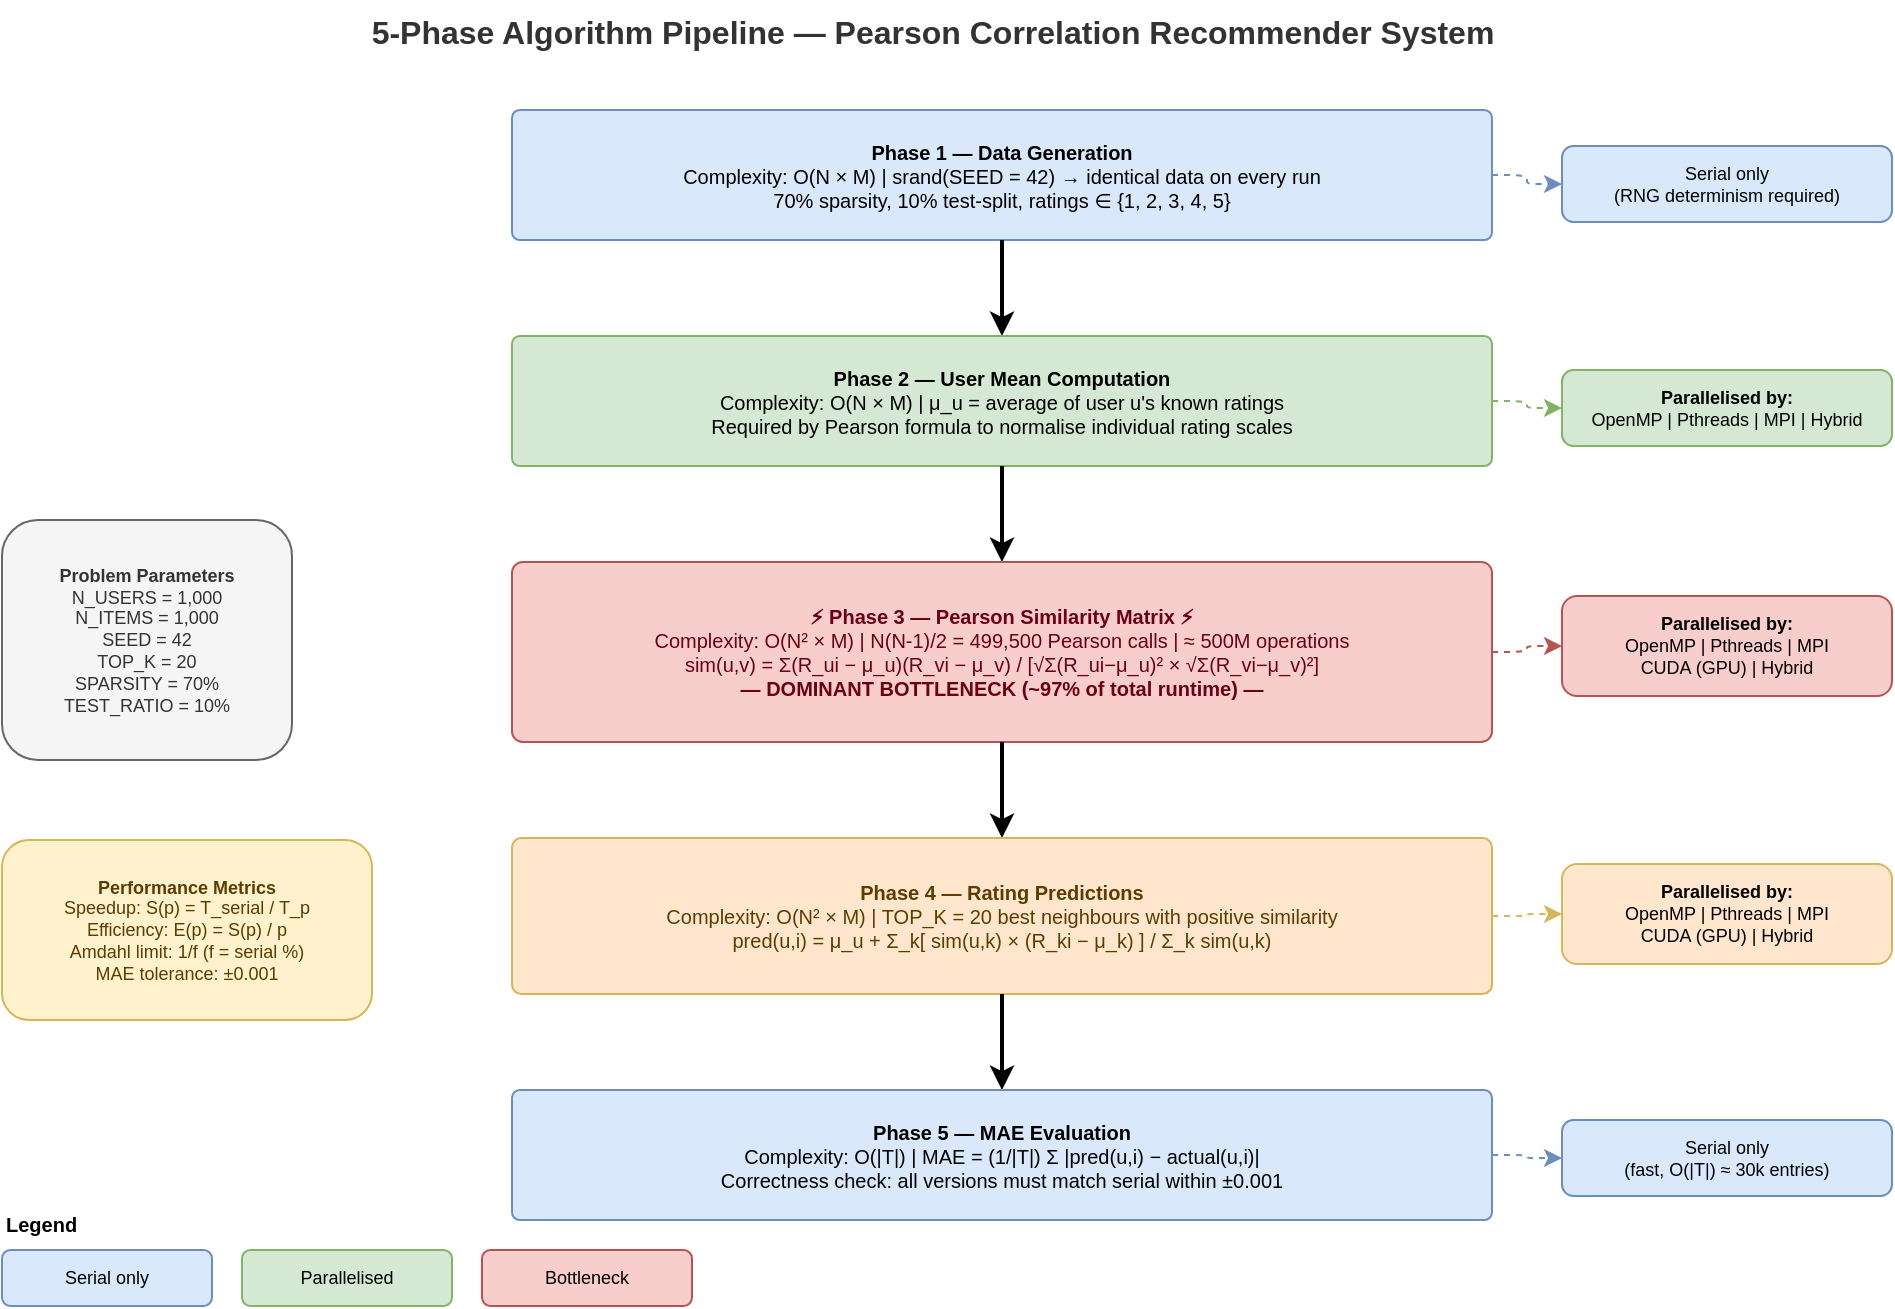
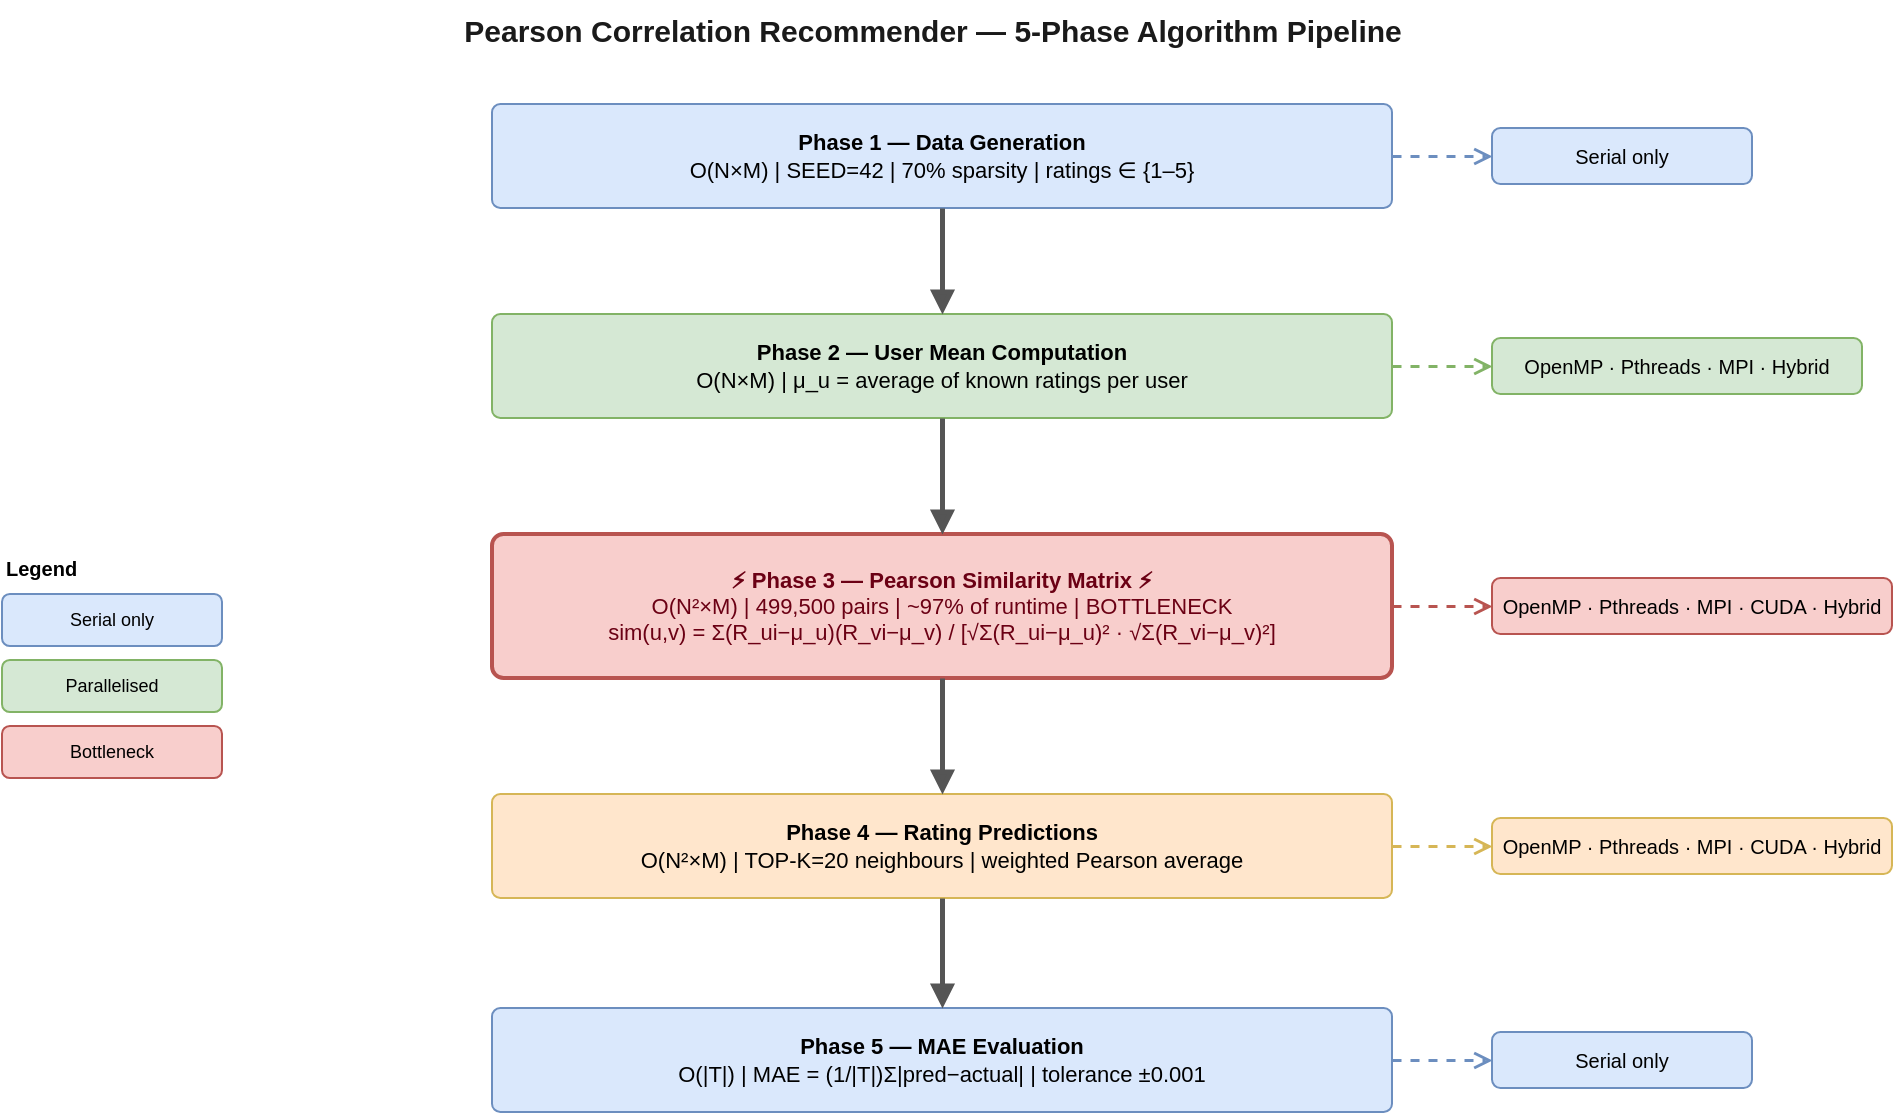
- <mxfile host="app.diagrams.net" modified="2025-05-16T00:00:00.000Z" version="21.1.2">
-   <diagram id="page1" name="1 - Algorithm Pipeline">
-     <mxGraphModel dx="1422" dy="762" grid="1" gridSize="10" guides="1" tooltips="1" connect="1" arrows="1" fold="1" page="1" pageScale="1" pageWidth="1169" pageHeight="827" math="0" shadow="0">
+ <mxfile host="app.diagrams.net" version="21.1.2">
+   <diagram id="page1" name="Algorithm Pipeline">
+     <mxGraphModel dx="1200" dy="700" grid="0" pageWidth="1100" pageHeight="780" math="0" shadow="0">
      <root>
-         <mxCell id="0" />
-         <mxCell id="1" parent="0" />
-         <mxCell id="2" value="5-Phase Algorithm Pipeline — Pearson Correlation Recommender System" style="text;html=1;strokeColor=none;fillColor=none;align=center;fontStyle=1;fontSize=16;fontColor=#333333;" vertex="1" parent="1">
-           <mxGeometry x="170" y="20" width="700" height="40" as="geometry" />
+         <mxCell id="0" /><mxCell id="1" parent="0" />
+ 
+         <!-- Title -->
+         <mxCell id="ttl" value="Pearson Correlation Recommender — 5-Phase Algorithm Pipeline" style="text;html=1;align=center;fontStyle=1;fontSize=15;fontColor=#1a1a1a;" vertex="1" parent="1">
+           <mxGeometry x="120" y="18" width="800" height="32" as="geometry" />
        </mxCell>
-         <mxCell id="3" value="&lt;b&gt;Phase 1 — Data Generation&lt;/b&gt;&lt;br&gt;Complexity: O(N × M)  |  srand(SEED = 42) → identical data on every run&lt;br&gt;70% sparsity, 10% test-split, ratings ∈ {1, 2, 3, 4, 5}" style="rounded=1;whiteSpace=wrap;html=1;fillColor=#dae8fc;strokeColor=#6c8ebf;fontSize=10;arcSize=6;" vertex="1" parent="1">
-           <mxGeometry x="310" y="75" width="490" height="65" as="geometry" />
+ 
+         <!-- Phases -->
+         <mxCell id="p1" value="&lt;b&gt;Phase 1 — Data Generation&lt;/b&gt;&lt;br&gt;O(N×M) | SEED=42 | 70% sparsity | ratings ∈ {1–5}" style="rounded=1;whiteSpace=wrap;html=1;fillColor=#dae8fc;strokeColor=#6c8ebf;fontSize=11;arcSize=8;" vertex="1" parent="1">
+           <mxGeometry x="300" y="70" width="450" height="52" as="geometry" />
        </mxCell>
-         <mxCell id="4" value="" style="edgeStyle=orthogonalEdgeStyle;rounded=0;strokeWidth=2;exitX=0.5;exitY=1;exitDx=0;exitDy=0;entryX=0.5;entryY=0;entryDx=0;entryDy=0;" edge="1" source="3" target="5" parent="1">
+         <mxCell id="p2" value="&lt;b&gt;Phase 2 — User Mean Computation&lt;/b&gt;&lt;br&gt;O(N×M) | μ_u = average of known ratings per user" style="rounded=1;whiteSpace=wrap;html=1;fillColor=#d5e8d4;strokeColor=#82b366;fontSize=11;arcSize=8;" vertex="1" parent="1">
+           <mxGeometry x="300" y="175" width="450" height="52" as="geometry" />
+         </mxCell>
+         <mxCell id="p3" value="&lt;b&gt;⚡ Phase 3 — Pearson Similarity Matrix ⚡&lt;/b&gt;&lt;br&gt;O(N²×M) | 499,500 pairs | ~97% of runtime | BOTTLENECK&lt;br&gt;sim(u,v) = Σ(R_ui−μ_u)(R_vi−μ_v) / [√Σ(R_ui−μ_u)² · √Σ(R_vi−μ_v)²]" style="rounded=1;whiteSpace=wrap;html=1;fillColor=#f8cecc;strokeColor=#b85450;strokeWidth=2;fontSize=11;arcSize=8;fontColor=#6b0014;" vertex="1" parent="1">
+           <mxGeometry x="300" y="285" width="450" height="72" as="geometry" />
+         </mxCell>
+         <mxCell id="p4" value="&lt;b&gt;Phase 4 — Rating Predictions&lt;/b&gt;&lt;br&gt;O(N²×M) | TOP-K=20 neighbours | weighted Pearson average" style="rounded=1;whiteSpace=wrap;html=1;fillColor=#ffe6cc;strokeColor=#d6b656;fontSize=11;arcSize=8;" vertex="1" parent="1">
+           <mxGeometry x="300" y="415" width="450" height="52" as="geometry" />
+         </mxCell>
+         <mxCell id="p5" value="&lt;b&gt;Phase 5 — MAE Evaluation&lt;/b&gt;&lt;br&gt;O(|T|) | MAE = (1/|T|)Σ|pred−actual| | tolerance ±0.001" style="rounded=1;whiteSpace=wrap;html=1;fillColor=#dae8fc;strokeColor=#6c8ebf;fontSize=11;arcSize=8;" vertex="1" parent="1">
+           <mxGeometry x="300" y="522" width="450" height="52" as="geometry" />
+         </mxCell>
+ 
+         <!-- Sequential flow arrows -->
+         <mxCell id="a12" value="" style="edgeStyle=orthogonalEdgeStyle;strokeWidth=2.5;endArrow=block;endFill=1;strokeColor=#555555;" edge="1" source="p1" target="p2" parent="1">
          <mxGeometry relative="1" as="geometry" />
        </mxCell>
-         <mxCell id="5" value="&lt;b&gt;Phase 2 — User Mean Computation&lt;/b&gt;&lt;br&gt;Complexity: O(N × M)  |  μ_u = average of user u's known ratings&lt;br&gt;Required by Pearson formula to normalise individual rating scales" style="rounded=1;whiteSpace=wrap;html=1;fillColor=#d5e8d4;strokeColor=#82b366;fontSize=10;arcSize=6;" vertex="1" parent="1">
-           <mxGeometry x="310" y="188" width="490" height="65" as="geometry" />
-         </mxCell>
-         <mxCell id="6" value="" style="edgeStyle=orthogonalEdgeStyle;rounded=0;strokeWidth=2;" edge="1" source="5" target="7" parent="1">
+         <mxCell id="a23" value="" style="edgeStyle=orthogonalEdgeStyle;strokeWidth=2.5;endArrow=block;endFill=1;strokeColor=#555555;" edge="1" source="p2" target="p3" parent="1">
          <mxGeometry relative="1" as="geometry" />
        </mxCell>
-         <mxCell id="7" value="&lt;b&gt;⚡  Phase 3 — Pearson Similarity Matrix  ⚡&lt;/b&gt;&lt;br&gt;Complexity: O(N² × M)  |  N(N-1)/2 = 499,500 Pearson calls  |  ≈ 500M operations&lt;br&gt;sim(u,v) = Σ(R_ui − μ_u)(R_vi − μ_v) / [√Σ(R_ui−μ_u)² × √Σ(R_vi−μ_v)²]&lt;br&gt;&lt;b&gt;— DOMINANT BOTTLENECK (~97% of total runtime) —&lt;/b&gt;" style="rounded=1;whiteSpace=wrap;html=1;fillColor=#f8cecc;strokeColor=#b85450;fontSize=10;arcSize=6;fontColor=#6b0014;" vertex="1" parent="1">
-           <mxGeometry x="310" y="301" width="490" height="90" as="geometry" />
-         </mxCell>
-         <mxCell id="8" value="" style="edgeStyle=orthogonalEdgeStyle;rounded=0;strokeWidth=2;" edge="1" source="7" target="9" parent="1">
+         <mxCell id="a34" value="" style="edgeStyle=orthogonalEdgeStyle;strokeWidth=2.5;endArrow=block;endFill=1;strokeColor=#555555;" edge="1" source="p3" target="p4" parent="1">
          <mxGeometry relative="1" as="geometry" />
        </mxCell>
-         <mxCell id="9" value="&lt;b&gt;Phase 4 — Rating Predictions&lt;/b&gt;&lt;br&gt;Complexity: O(N² × M)  |  TOP_K = 20 best neighbours with positive similarity&lt;br&gt;pred(u,i) = μ_u + Σ_k[ sim(u,k) × (R_ki − μ_k) ] / Σ_k sim(u,k)" style="rounded=1;whiteSpace=wrap;html=1;fillColor=#ffe6cc;strokeColor=#d6b656;fontSize=10;arcSize=6;fontColor=#5c3d00;" vertex="1" parent="1">
-           <mxGeometry x="310" y="439" width="490" height="78" as="geometry" />
-         </mxCell>
-         <mxCell id="10" value="" style="edgeStyle=orthogonalEdgeStyle;rounded=0;strokeWidth=2;" edge="1" source="9" target="11" parent="1">
+         <mxCell id="a45" value="" style="edgeStyle=orthogonalEdgeStyle;strokeWidth=2.5;endArrow=block;endFill=1;strokeColor=#555555;" edge="1" source="p4" target="p5" parent="1">
          <mxGeometry relative="1" as="geometry" />
        </mxCell>
-         <mxCell id="11" value="&lt;b&gt;Phase 5 — MAE Evaluation&lt;/b&gt;&lt;br&gt;Complexity: O(|T|)  |  MAE = (1/|T|) Σ |pred(u,i) − actual(u,i)|&lt;br&gt;Correctness check: all versions must match serial within ±0.001" style="rounded=1;whiteSpace=wrap;html=1;fillColor=#dae8fc;strokeColor=#6c8ebf;fontSize=10;arcSize=6;" vertex="1" parent="1">
-           <mxGeometry x="310" y="565" width="490" height="65" as="geometry" />
+ 
+         <!-- Right badges -->
+         <mxCell id="b1" value="Serial only" style="rounded=1;whiteSpace=wrap;html=1;fillColor=#dae8fc;strokeColor=#6c8ebf;fontSize=10;" vertex="1" parent="1">
+           <mxGeometry x="800" y="82" width="130" height="28" as="geometry" />
        </mxCell>
-         <mxCell id="20" value="Serial only&lt;br&gt;(RNG determinism required)" style="rounded=1;whiteSpace=wrap;html=1;fillColor=#dae8fc;strokeColor=#6c8ebf;fontSize=9;" vertex="1" parent="1">
-           <mxGeometry x="835" y="93" width="165" height="38" as="geometry" />
+         <mxCell id="b2" value="OpenMP · Pthreads · MPI · Hybrid" style="rounded=1;whiteSpace=wrap;html=1;fillColor=#d5e8d4;strokeColor=#82b366;fontSize=10;" vertex="1" parent="1">
+           <mxGeometry x="800" y="187" width="185" height="28" as="geometry" />
        </mxCell>
-         <mxCell id="20e" value="" style="edgeStyle=elbowEdgeStyle;elbow=orthogonal;exitX=1;exitY=0.5;exitDx=0;exitDy=0;entryX=0;entryY=0.5;entryDx=0;entryDy=0;dashed=1;strokeColor=#6c8ebf;" edge="1" source="3" target="20" parent="1">
+         <mxCell id="b3" value="OpenMP · Pthreads · MPI · CUDA · Hybrid" style="rounded=1;whiteSpace=wrap;html=1;fillColor=#f8cecc;strokeColor=#b85450;fontSize=10;" vertex="1" parent="1">
+           <mxGeometry x="800" y="307" width="200" height="28" as="geometry" />
+         </mxCell>
+         <mxCell id="b4" value="OpenMP · Pthreads · MPI · CUDA · Hybrid" style="rounded=1;whiteSpace=wrap;html=1;fillColor=#ffe6cc;strokeColor=#d6b656;fontSize=10;" vertex="1" parent="1">
+           <mxGeometry x="800" y="427" width="200" height="28" as="geometry" />
+         </mxCell>
+         <mxCell id="b5" value="Serial only" style="rounded=1;whiteSpace=wrap;html=1;fillColor=#dae8fc;strokeColor=#6c8ebf;fontSize=10;" vertex="1" parent="1">
+           <mxGeometry x="800" y="534" width="130" height="28" as="geometry" />
+         </mxCell>
+ 
+         <!-- Dashed side arrows -->
+         <mxCell id="e1" value="" style="dashed=1;endArrow=open;endFill=0;strokeColor=#6c8ebf;strokeWidth=1.5;" edge="1" source="p1" target="b1" parent="1">
          <mxGeometry relative="1" as="geometry" />
        </mxCell>
-         <mxCell id="21" value="&lt;b&gt;Parallelised by:&lt;/b&gt;&lt;br&gt;OpenMP | Pthreads | MPI | Hybrid" style="rounded=1;whiteSpace=wrap;html=1;fillColor=#d5e8d4;strokeColor=#82b366;fontSize=9;" vertex="1" parent="1">
-           <mxGeometry x="835" y="205" width="165" height="38" as="geometry" />
-         </mxCell>
-         <mxCell id="21e" value="" style="edgeStyle=elbowEdgeStyle;elbow=orthogonal;exitX=1;exitY=0.5;exitDx=0;exitDy=0;entryX=0;entryY=0.5;entryDx=0;entryDy=0;dashed=1;strokeColor=#82b366;" edge="1" source="5" target="21" parent="1">
+         <mxCell id="e2" value="" style="dashed=1;endArrow=open;endFill=0;strokeColor=#82b366;strokeWidth=1.5;" edge="1" source="p2" target="b2" parent="1">
          <mxGeometry relative="1" as="geometry" />
        </mxCell>
-         <mxCell id="22" value="&lt;b&gt;Parallelised by:&lt;/b&gt;&lt;br&gt;OpenMP | Pthreads | MPI&lt;br&gt;CUDA (GPU) | Hybrid" style="rounded=1;whiteSpace=wrap;html=1;fillColor=#f8cecc;strokeColor=#b85450;fontSize=9;" vertex="1" parent="1">
-           <mxGeometry x="835" y="318" width="165" height="50" as="geometry" />
-         </mxCell>
-         <mxCell id="22e" value="" style="edgeStyle=elbowEdgeStyle;elbow=orthogonal;exitX=1;exitY=0.5;exitDx=0;exitDy=0;entryX=0;entryY=0.5;entryDx=0;entryDy=0;dashed=1;strokeColor=#b85450;" edge="1" source="7" target="22" parent="1">
+         <mxCell id="e3" value="" style="dashed=1;endArrow=open;endFill=0;strokeColor=#b85450;strokeWidth=1.5;" edge="1" source="p3" target="b3" parent="1">
          <mxGeometry relative="1" as="geometry" />
        </mxCell>
-         <mxCell id="23" value="&lt;b&gt;Parallelised by:&lt;/b&gt;&lt;br&gt;OpenMP | Pthreads | MPI&lt;br&gt;CUDA (GPU) | Hybrid" style="rounded=1;whiteSpace=wrap;html=1;fillColor=#ffe6cc;strokeColor=#d6b656;fontSize=9;" vertex="1" parent="1">
-           <mxGeometry x="835" y="452" width="165" height="50" as="geometry" />
-         </mxCell>
-         <mxCell id="23e" value="" style="edgeStyle=elbowEdgeStyle;elbow=orthogonal;exitX=1;exitY=0.5;exitDx=0;exitDy=0;entryX=0;entryY=0.5;entryDx=0;entryDy=0;dashed=1;strokeColor=#d6b656;" edge="1" source="9" target="23" parent="1">
+         <mxCell id="e4" value="" style="dashed=1;endArrow=open;endFill=0;strokeColor=#d6b656;strokeWidth=1.5;" edge="1" source="p4" target="b4" parent="1">
          <mxGeometry relative="1" as="geometry" />
        </mxCell>
-         <mxCell id="24" value="Serial only&lt;br&gt;(fast, O(|T|) ≈ 30k entries)" style="rounded=1;whiteSpace=wrap;html=1;fillColor=#dae8fc;strokeColor=#6c8ebf;fontSize=9;" vertex="1" parent="1">
-           <mxGeometry x="835" y="580" width="165" height="38" as="geometry" />
-         </mxCell>
-         <mxCell id="24e" value="" style="edgeStyle=elbowEdgeStyle;elbow=orthogonal;exitX=1;exitY=0.5;exitDx=0;exitDy=0;entryX=0;entryY=0.5;entryDx=0;entryDy=0;dashed=1;strokeColor=#6c8ebf;" edge="1" source="11" target="24" parent="1">
+         <mxCell id="e5" value="" style="dashed=1;endArrow=open;endFill=0;strokeColor=#6c8ebf;strokeWidth=1.5;" edge="1" source="p5" target="b5" parent="1">
          <mxGeometry relative="1" as="geometry" />
        </mxCell>
-         <mxCell id="30" value="&lt;b&gt;Problem Parameters&lt;/b&gt;&lt;br&gt;N_USERS = 1,000&lt;br&gt;N_ITEMS = 1,000&lt;br&gt;SEED    = 42&lt;br&gt;TOP_K   = 20&lt;br&gt;SPARSITY = 70%&lt;br&gt;TEST_RATIO = 10%" style="rounded=1;whiteSpace=wrap;html=1;fillColor=#f5f5f5;strokeColor=#666666;fontSize=9;fontColor=#333333;" vertex="1" parent="1">
-           <mxGeometry x="55" y="280" width="145" height="120" as="geometry" />
+ 
+         <!-- Legend -->
+         <mxCell id="lt" value="Legend" style="text;html=1;fontStyle=1;fontSize=10;" vertex="1" parent="1">
+           <mxGeometry x="55" y="290" width="60" height="20" as="geometry" />
        </mxCell>
-         <mxCell id="31" value="&lt;b&gt;Performance Metrics&lt;/b&gt;&lt;br&gt;Speedup:  S(p) = T_serial / T_p&lt;br&gt;Efficiency: E(p) = S(p) / p&lt;br&gt;Amdahl limit: 1/f (f = serial %)&lt;br&gt;MAE tolerance: ±0.001" style="rounded=1;whiteSpace=wrap;html=1;fillColor=#fff2cc;strokeColor=#d6b656;fontSize=9;fontColor=#5c3d00;" vertex="1" parent="1">
-           <mxGeometry x="55" y="440" width="185" height="90" as="geometry" />
+         <mxCell id="L1" value="Serial only" style="rounded=1;whiteSpace=wrap;html=1;fillColor=#dae8fc;strokeColor=#6c8ebf;fontSize=9;" vertex="1" parent="1">
+           <mxGeometry x="55" y="315" width="110" height="26" as="geometry" />
        </mxCell>
-         <mxCell id="40" value="&lt;b&gt;Legend&lt;/b&gt;" style="text;html=1;fontStyle=1;fontSize=10;" vertex="1" parent="1">
-           <mxGeometry x="55" y="620" width="60" height="20" as="geometry" />
+         <mxCell id="L2" value="Parallelised" style="rounded=1;whiteSpace=wrap;html=1;fillColor=#d5e8d4;strokeColor=#82b366;fontSize=9;" vertex="1" parent="1">
+           <mxGeometry x="55" y="348" width="110" height="26" as="geometry" />
        </mxCell>
-         <mxCell id="41" value="Serial only" style="rounded=1;whiteSpace=wrap;html=1;fillColor=#dae8fc;strokeColor=#6c8ebf;fontSize=9;" vertex="1" parent="1">
-           <mxGeometry x="55" y="645" width="105" height="28" as="geometry" />
-         </mxCell>
-         <mxCell id="42" value="Parallelised" style="rounded=1;whiteSpace=wrap;html=1;fillColor=#d5e8d4;strokeColor=#82b366;fontSize=9;" vertex="1" parent="1">
-           <mxGeometry x="175" y="645" width="105" height="28" as="geometry" />
-         </mxCell>
-         <mxCell id="43" value="Bottleneck" style="rounded=1;whiteSpace=wrap;html=1;fillColor=#f8cecc;strokeColor=#b85450;fontSize=9;" vertex="1" parent="1">
-           <mxGeometry x="295" y="645" width="105" height="28" as="geometry" />
+         <mxCell id="L3" value="Bottleneck" style="rounded=1;whiteSpace=wrap;html=1;fillColor=#f8cecc;strokeColor=#b85450;fontSize=9;" vertex="1" parent="1">
+           <mxGeometry x="55" y="381" width="110" height="26" as="geometry" />
        </mxCell>
      </root>
    </mxGraphModel>
  </diagram>
</mxfile>
